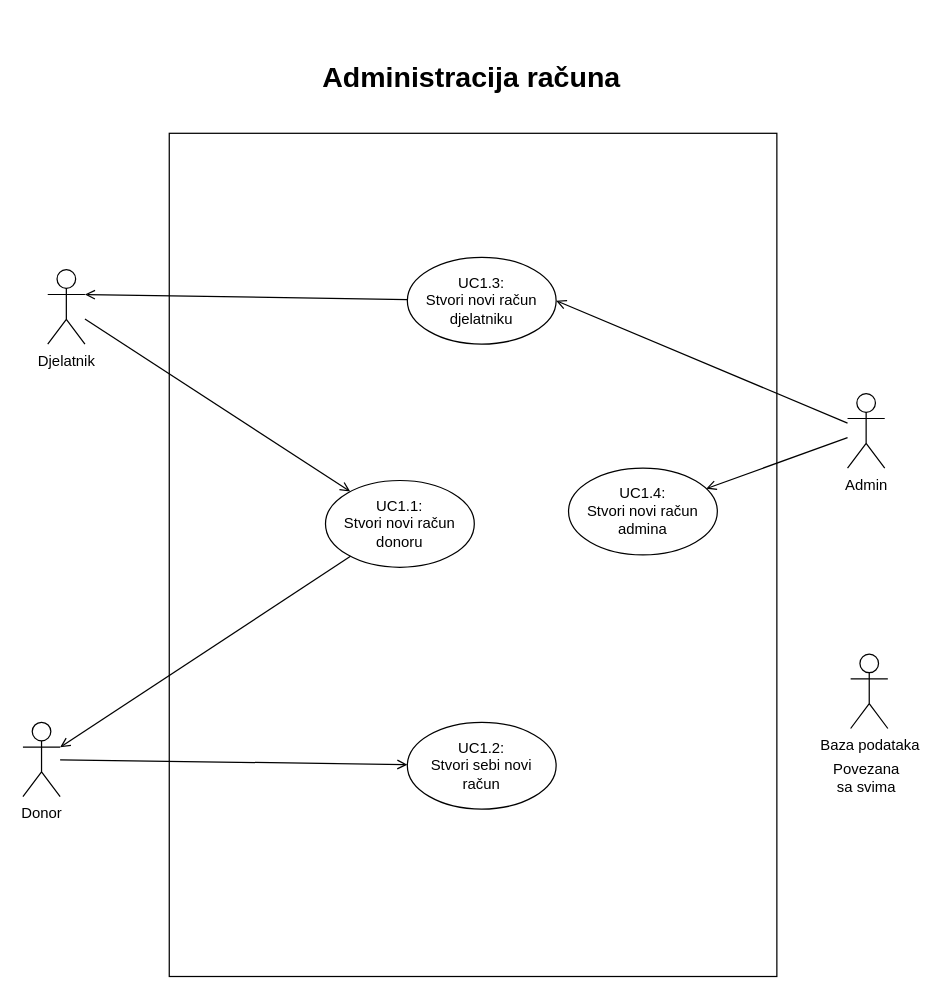
The draw.io diagram page "1 - Administracija računa" (1 of 6) of Dokumentacija/Use cases/Use Cases.drawio in ToniIvankovic/TrueBlood, before the edit. Source tidied: cells renumbered, new cells numbered last; positions are measured from the earlier drawing's top-left corner, leaving out a move shared by most shapes. Both pictures are drawn from the tidied source at 124%, with x=0, y=0 at pixel (22, 21).
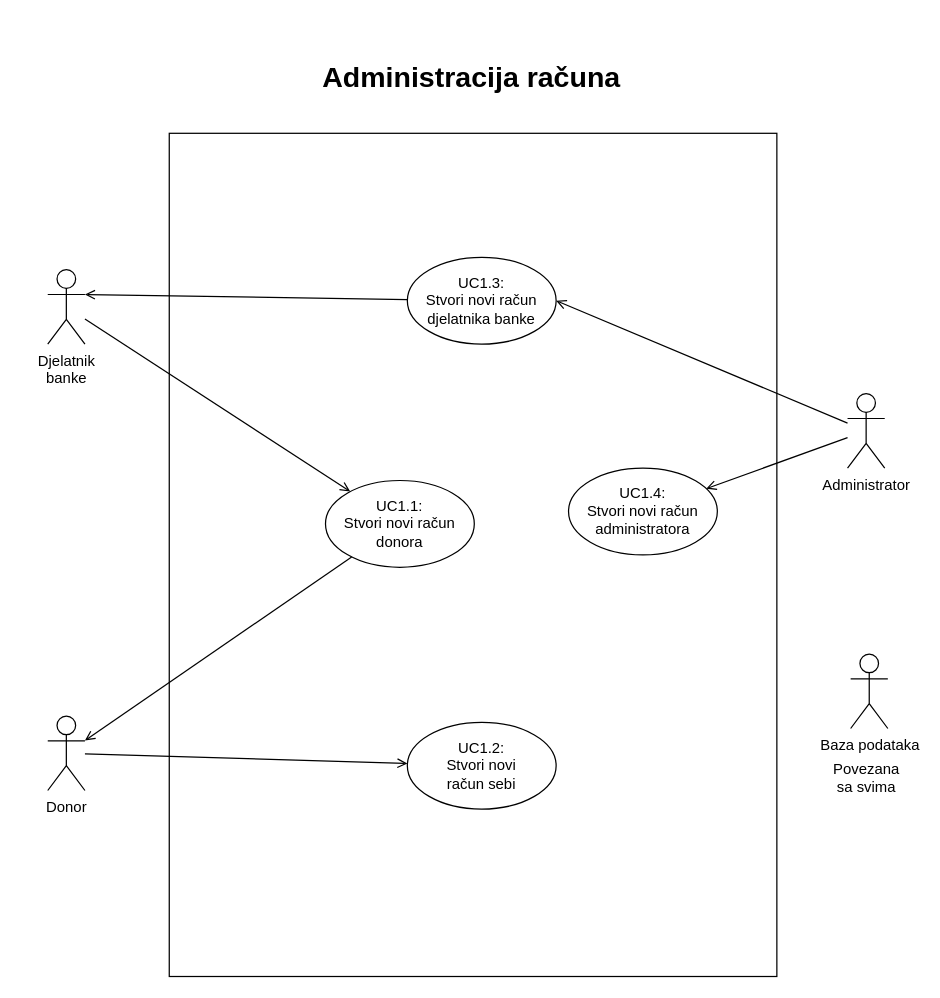
The same page after the edit.

Diff of the diagram source:
```diff
@@
 <mxGraphModel>
   <root>
     <mxCell id="0" />
     <mxCell id="1" parent="0" />
     <mxCell id="2" style="rounded=0;whiteSpace=wrap;html=1;" parent="1" vertex="1">
       <mxGeometry x="118" y="90" width="490" height="680" as="geometry" />
     </mxCell>
-    <mxCell id="3" value="UC1.1:&lt;br&gt;Stvori novi račun donoru" style="ellipse;whiteSpace=wrap;html=1;" parent="1" vertex="1">
+    <mxCell id="3" value="UC1.1:&lt;br&gt;Stvori novi račun donora" style="ellipse;whiteSpace=wrap;html=1;" parent="1" vertex="1">
       <mxGeometry x="244" y="370" width="120" height="70" as="geometry" />
     </mxCell>
     <mxCell id="4" style="rounded=0;jettySize=auto;html=1;entryX=1;entryY=0.5;entryDx=0;entryDy=0;endArrow=open;endFill=0;" parent="1" edge="1" source="6" target="16">
       <mxGeometry relative="1" as="geometry" />
     </mxCell>
     <mxCell id="5" style="edgeStyle=none;rounded=0;jettySize=auto;html=1;endArrow=open;endFill=0;" parent="1" edge="1" source="6" target="17">
       <mxGeometry relative="1" as="geometry" />
     </mxCell>
-    <mxCell id="6" value="Admin" style="shape=umlActor;verticalLabelPosition=bottom;verticalAlign=top;html=1;outlineConnect=0;" parent="1" vertex="1">
+    <mxCell id="6" value="Administrator" style="shape=umlActor;verticalLabelPosition=bottom;verticalAlign=top;html=1;outlineConnect=0;" parent="1" vertex="1">
       <mxGeometry x="665" y="300" width="30" height="60" as="geometry" />
     </mxCell>
     <mxCell id="7" value="Baza podataka" style="shape=umlActor;verticalLabelPosition=bottom;verticalAlign=top;html=1;" parent="1" vertex="1">
       <mxGeometry x="667.5" y="510" width="30" height="60" as="geometry" />
     </mxCell>
     <mxCell id="8" style="edgeStyle=none;rounded=0;jettySize=auto;html=1;endArrow=open;endFill=0;" parent="1" edge="1" source="9" target="3">
       <mxGeometry relative="1" as="geometry" />
     </mxCell>
-    <mxCell id="9" value="Djelatnik" style="shape=umlActor;verticalLabelPosition=bottom;verticalAlign=top;html=1;outlineConnect=0;" parent="1" vertex="1">
+    <mxCell id="9" value="Djelatnik&lt;br&gt;banke" style="shape=umlActor;verticalLabelPosition=bottom;verticalAlign=top;html=1;outlineConnect=0;" parent="1" vertex="1">
       <mxGeometry x="20" y="200" width="30" height="60" as="geometry" />
     </mxCell>
     <mxCell id="10" style="rounded=0;jettySize=auto;html=1;endArrow=open;endFill=0;" parent="1" edge="1" source="3" target="12">
       <mxGeometry relative="1" as="geometry" />
     </mxCell>
     <mxCell id="11" style="edgeStyle=none;rounded=0;jettySize=auto;html=1;endArrow=open;endFill=0;" parent="1" edge="1" source="12" target="18">
       <mxGeometry relative="1" as="geometry" />
     </mxCell>
     <mxCell id="12" value="Donor" style="shape=umlActor;verticalLabelPosition=bottom;verticalAlign=top;html=1;outlineConnect=0;" parent="1" vertex="1">
-      <mxGeometry y="565" width="30" height="60" as="geometry" />
+      <mxGeometry x="20" y="560" width="30" height="60" as="geometry" />
     </mxCell>
     <mxCell id="13" value="Povezana sa svima" style="text;html=1;strokeColor=none;fillColor=none;align=center;verticalAlign=middle;whiteSpace=wrap;rounded=0;" parent="1" vertex="1">
       <mxGeometry x="647.5" y="600" width="65" height="20" as="geometry" />
     </mxCell>
     <mxCell id="14" value="Administracija računa" style="text;html=1;strokeColor=none;fillColor=none;align=center;verticalAlign=middle;whiteSpace=wrap;rounded=0;fontSize=23;fontStyle=1;" parent="1" vertex="1">
       <mxGeometry x="226" width="272" height="90" as="geometry" />
     </mxCell>
     <mxCell id="15" style="edgeStyle=none;rounded=0;jettySize=auto;html=1;entryX=1;entryY=0.3333333333333333;entryDx=0;entryDy=0;entryPerimeter=0;endArrow=open;endFill=0;" parent="1" edge="1" source="16" target="9">
       <mxGeometry relative="1" as="geometry" />
     </mxCell>
-    <mxCell id="16" value="UC1.3:&lt;br&gt;Stvori novi račun djelatniku" style="ellipse;whiteSpace=wrap;html=1;" parent="1" vertex="1">
+    <mxCell id="16" value="UC1.3:&lt;br&gt;Stvori novi račun djelatnika banke" style="ellipse;whiteSpace=wrap;html=1;" parent="1" vertex="1">
       <mxGeometry x="310" y="190" width="120" height="70" as="geometry" />
     </mxCell>
-    <mxCell id="17" value="UC1.4:&lt;br&gt;Stvori novi račun admina" style="ellipse;whiteSpace=wrap;html=1;" parent="1" vertex="1">
+    <mxCell id="17" value="UC1.4:&lt;br&gt;Stvori novi račun administratora" style="ellipse;whiteSpace=wrap;html=1;" parent="1" vertex="1">
       <mxGeometry x="440" y="360" width="120" height="70" as="geometry" />
     </mxCell>
-    <mxCell id="18" value="UC1.2:&lt;br&gt;Stvori sebi novi &lt;br&gt;račun" style="ellipse;whiteSpace=wrap;html=1;" parent="1" vertex="1">
+    <mxCell id="18" value="UC1.2:&lt;br&gt;Stvori novi &lt;br&gt;račun sebi" style="ellipse;whiteSpace=wrap;html=1;" parent="1" vertex="1">
       <mxGeometry x="310" y="565" width="120" height="70" as="geometry" />
     </mxCell>
   </root>
 </mxGraphModel>
```
